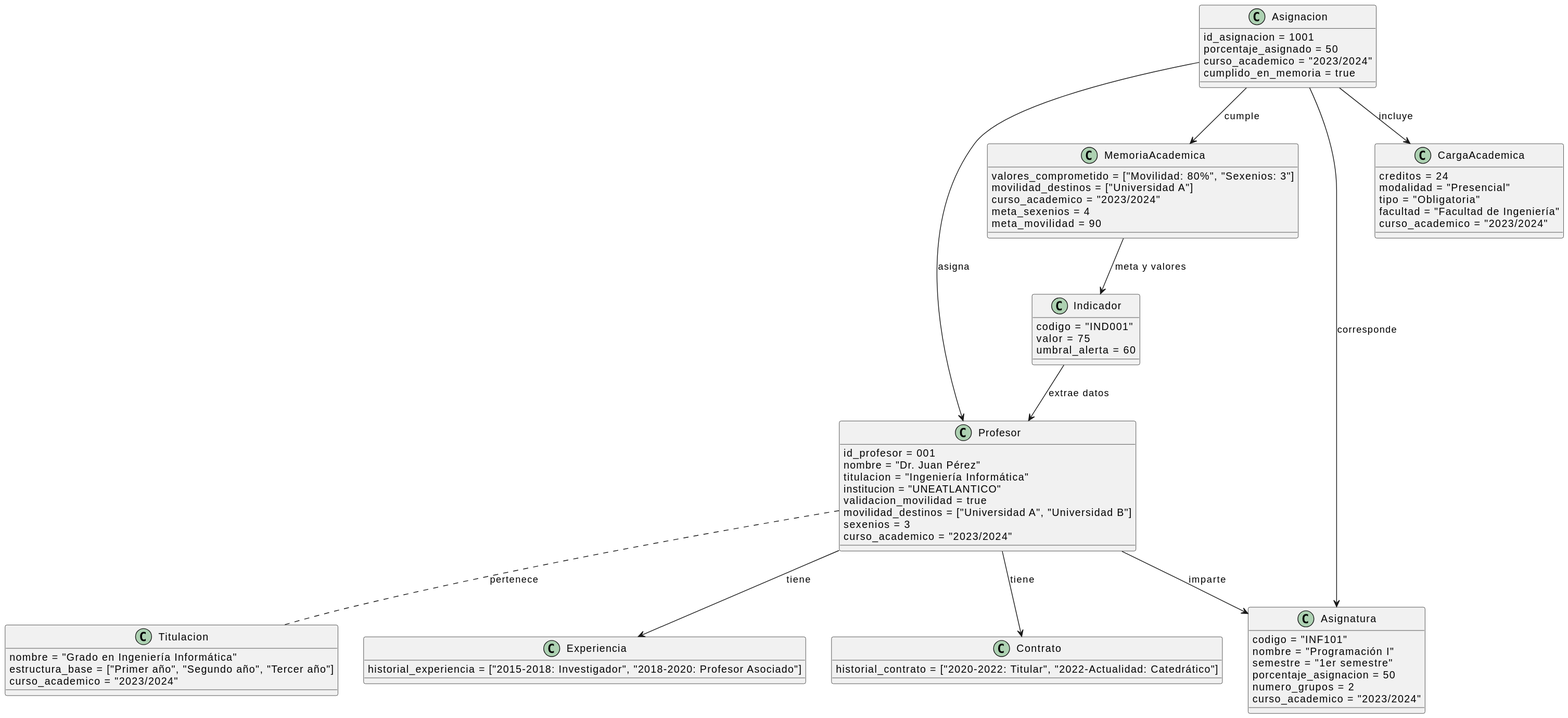
Before: images/modelosUML/MdD/diagramaDeObjetos.svg, a diagram exported from PlantUML (mmasias/24-25-IdSw1-SDR).
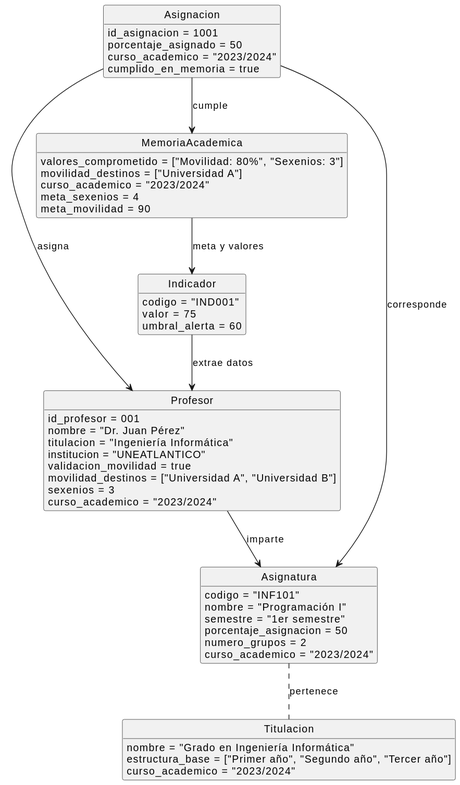
Later version of the same file.

Commit message:
Cambio del diagrama de objetos con relación a la de clases

The edit, as a diff of the source:
```diff
@@ -1,4 +1,15 @@
 @startuml
+hide circle
+    hide empty members
+
+   Asignacion --> Profesor : asigna
+    Asignacion --> Asignatura : corresponde
+    Asignacion --> MemoriaAcademica : cumple
+    MemoriaAcademica --> Indicador : meta y valores
+    Indicador --> Profesor : extrae datos
+    Asignatura .. Titulacion : pertenece
+    Profesor --> Asignatura : imparte
+
 class Profesor {
     id_profesor = 001
     nombre = "Dr. Juan Pérez"
@@ -10,13 +21,7 @@
     curso_academico = "2023/2024"
 }
 
-class Contrato {
-    historial_contrato = ["2020-2022: Titular", "2022-Actualidad: Catedrático"]
-}
 
-class Experiencia {
-    historial_experiencia = ["2015-2018: Investigador", "2018-2020: Profesor Asociado"]
-}
 
 class Asignatura {
     codigo = "INF101"
@@ -47,30 +52,10 @@
     umbral_alerta = 60
 }
 
-class CargaAcademica {
-    creditos = 24
-    modalidad = "Presencial"
-    tipo = "Obligatoria"
-    facultad = "Facultad de Ingeniería"
-    curso_academico = "2023/2024"
-}
-
 class Asignacion {
     id_asignacion = 1001
     porcentaje_asignado = 50
     curso_academico = "2023/2024"
     cumplido_en_memoria = true
 }
-
-
- Asignacion --> Profesor : asigna
-    Asignacion --> Asignatura : corresponde
-    Asignacion --> MemoriaAcademica : cumple
-    Asignacion --> CargaAcademica : incluye
-    MemoriaAcademica --> Indicador : meta y valores
-    Indicador --> Profesor : extrae datos
-    Profesor --> Contrato : tiene
-    Profesor --> Experiencia : tiene
-    Profesor --> Asignatura: imparte
-    Profesor .. Titulacion : pertenece
 @enduml
```
